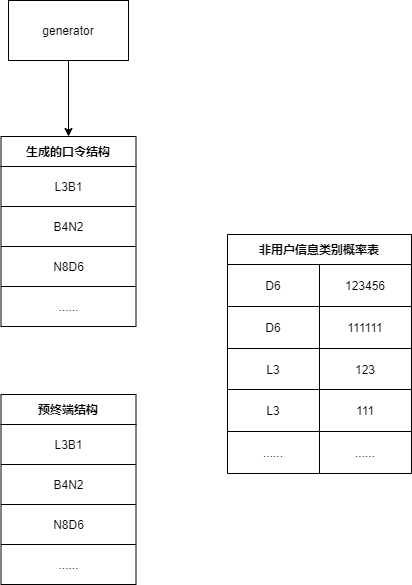
The draw.io diagram seqgan-fill.drawio.png in lakomi/pictures, before a commit. Source tidied: cells renumbered, new cells last; positions are measured from the earlier drawing's top-left corner, leaving out a move shared by most shapes.
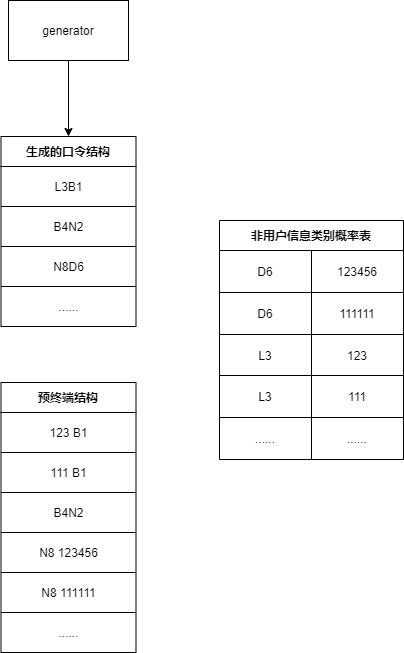
After the change.

Diff of the diagram source:
```diff
@@ -36,34 +36,46 @@
       <mxGeometry width="135" height="40" as="geometry" />
     </mxCell>
     <mxCell id="13" value="预终端结构" style="shape=table;startSize=30;fontStyle=1;align=center;" parent="1" vertex="1">
-      <mxGeometry x="0.5" y="394" width="135" height="190" as="geometry" />
+      <mxGeometry x="0.5" y="382" width="135" height="270" as="geometry" />
     </mxCell>
     <mxCell id="14" style="shape=tableRow;horizontal=0;startSize=0;swimlaneHead=0;swimlaneBody=0;top=0;left=0;bottom=0;right=0;fillColor=none;" parent="13" vertex="1">
       <mxGeometry y="30" width="135" height="40" as="geometry" />
     </mxCell>
-    <mxCell id="15" value="L3B1" style="shape=partialRectangle;html=1;whiteSpace=wrap;fillColor=none;top=0;left=0;bottom=0;right=0;overflow=hidden;" parent="14" vertex="1">
+    <mxCell id="15" value="123 B1" style="shape=partialRectangle;html=1;whiteSpace=wrap;fillColor=none;top=0;left=0;bottom=0;right=0;overflow=hidden;" parent="14" vertex="1">
       <mxGeometry width="135" height="40" as="geometry" />
     </mxCell>
+    <mxCell id="38" style="shape=tableRow;horizontal=0;startSize=0;swimlaneHead=0;swimlaneBody=0;top=0;left=0;bottom=0;right=0;fillColor=none;" parent="13" vertex="1">
+      <mxGeometry y="70" width="135" height="40" as="geometry" />
+    </mxCell>
+    <mxCell id="39" value="111 B1" style="shape=partialRectangle;html=1;whiteSpace=wrap;fillColor=none;top=0;left=0;bottom=0;right=0;overflow=hidden;" parent="38" vertex="1">
+      <mxGeometry width="135" height="40" as="geometry" />
+    </mxCell>
     <mxCell id="16" style="shape=tableRow;horizontal=0;startSize=0;swimlaneHead=0;swimlaneBody=0;top=0;left=0;bottom=0;right=0;fillColor=none;" parent="13" vertex="1">
-      <mxGeometry y="70" width="135" height="40" as="geometry" />
+      <mxGeometry y="110" width="135" height="40" as="geometry" />
     </mxCell>
     <mxCell id="17" value="B4N2" style="shape=partialRectangle;html=1;whiteSpace=wrap;fillColor=none;top=0;left=0;bottom=0;right=0;overflow=hidden;" parent="16" vertex="1">
       <mxGeometry width="135" height="40" as="geometry" />
     </mxCell>
     <mxCell id="18" style="shape=tableRow;horizontal=0;startSize=0;swimlaneHead=0;swimlaneBody=0;top=0;left=0;bottom=0;right=0;fillColor=none;" parent="13" vertex="1">
-      <mxGeometry y="110" width="135" height="40" as="geometry" />
+      <mxGeometry y="150" width="135" height="40" as="geometry" />
     </mxCell>
-    <mxCell id="19" value="N8D6" style="shape=partialRectangle;html=1;whiteSpace=wrap;fillColor=none;top=0;left=0;bottom=0;right=0;overflow=hidden;" parent="18" vertex="1">
+    <mxCell id="19" value="N8 123456" style="shape=partialRectangle;html=1;whiteSpace=wrap;fillColor=none;top=0;left=0;bottom=0;right=0;overflow=hidden;" parent="18" vertex="1">
       <mxGeometry width="135" height="40" as="geometry" />
     </mxCell>
+    <mxCell id="40" style="shape=tableRow;horizontal=0;startSize=0;swimlaneHead=0;swimlaneBody=0;top=0;left=0;bottom=0;right=0;fillColor=none;" parent="13" vertex="1">
+      <mxGeometry y="190" width="135" height="40" as="geometry" />
+    </mxCell>
+    <mxCell id="41" value="N8 111111" style="shape=partialRectangle;html=1;whiteSpace=wrap;fillColor=none;top=0;left=0;bottom=0;right=0;overflow=hidden;" parent="40" vertex="1">
+      <mxGeometry width="135" height="40" as="geometry" />
+    </mxCell>
     <mxCell id="20" style="shape=tableRow;horizontal=0;startSize=0;swimlaneHead=0;swimlaneBody=0;top=0;left=0;bottom=0;right=0;fillColor=none;" parent="13" vertex="1">
-      <mxGeometry y="150" width="135" height="40" as="geometry" />
+      <mxGeometry y="230" width="135" height="40" as="geometry" />
     </mxCell>
     <mxCell id="21" value="......" style="shape=partialRectangle;html=1;whiteSpace=wrap;fillColor=none;top=0;left=0;bottom=0;right=0;overflow=hidden;" parent="20" vertex="1">
       <mxGeometry width="135" height="40" as="geometry" />
     </mxCell>
     <mxCell id="22" value="非用户信息类别概率表" style="shape=table;startSize=30;fontStyle=1;align=center;" parent="1" vertex="1">
-      <mxGeometry x="227" y="234" width="184" height="239" as="geometry" />
+      <mxGeometry x="219" y="220" width="184" height="239" as="geometry" />
     </mxCell>
     <mxCell id="23" style="shape=tableRow;horizontal=0;startSize=0;swimlaneHead=0;swimlaneBody=0;top=0;left=0;bottom=0;right=0;fillColor=none;" parent="22" vertex="1">
       <mxGeometry y="30" width="184" height="42" as="geometry" />
```
